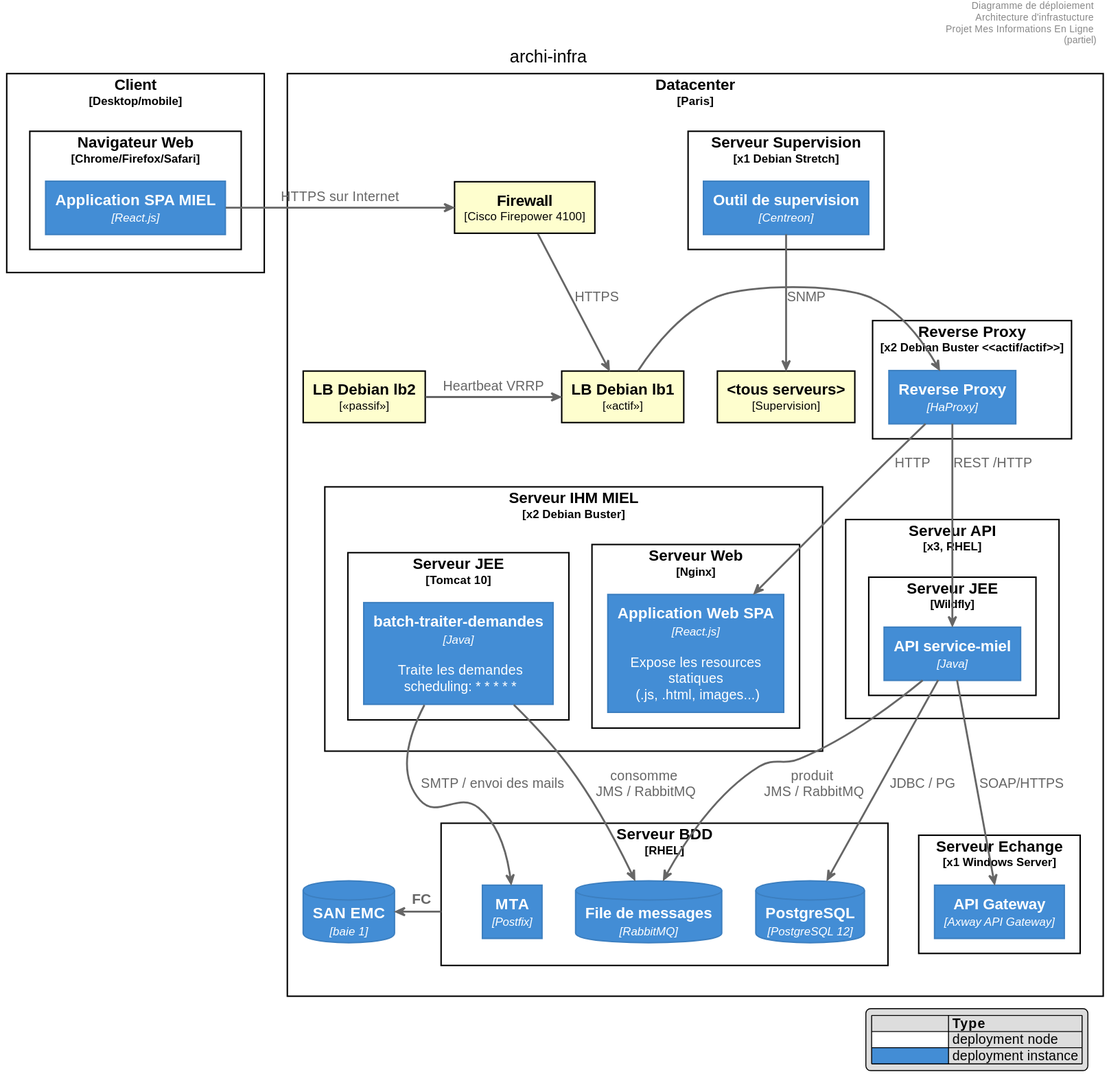
The PlantUML diagram diagrammes/archi-infra.svg in bflorat/modele-da, before a commit.
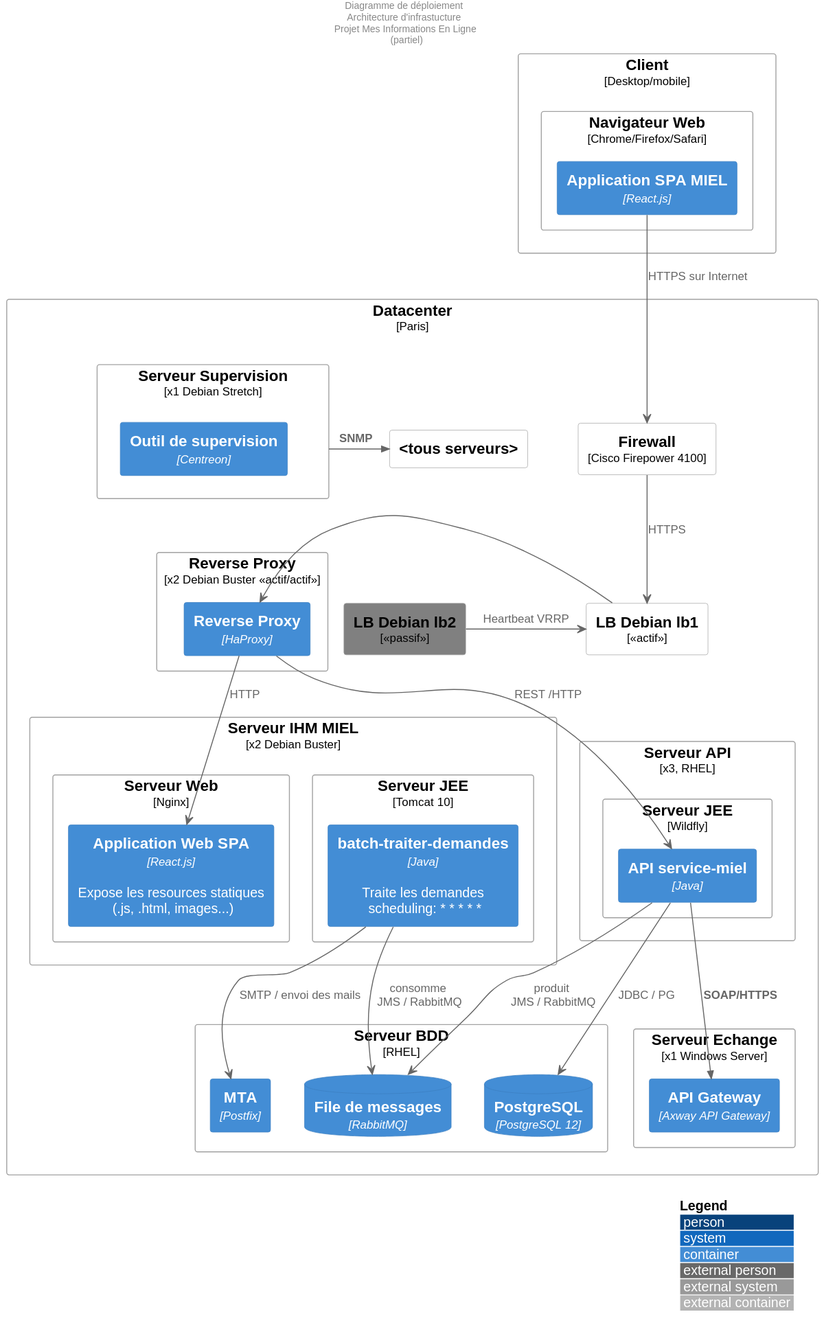
Above is the later version.

Change to the diagram source:
```diff
@@ -1,8 +1,10 @@
 @startuml
-!include C4/C4_Deployment.puml
-title archi-infra
+!include <C4/C4_Deployment>
 header Diagramme de déploiement \nArchitecture d'infrastucture \n Projet Mes Informations En Ligne \n (partiel)
 LAYOUT_WITH_LEGEND()
+
+AddElementTag("passif", $bgColor="grey")
+
 
 Node("client","Client","Desktop/mobile"){
   Node("nav1","Navigateur Web","Chrome/Firefox/Safari"){
@@ -11,9 +13,10 @@
 }
 
 Node("dc","Datacenter","Paris"){
+
     Node("r2","Firewall","Cisco Firepower 4100")
     Node("lb1","LB Debian lb1","<<actif>>")
-    Node("lb2","LB Debian lb2","<<passif>>")
+    Node("lb2","LB Debian lb2","<<passif>>",$tags='passif')
 
     Node("rp1","Reverse Proxy","x2 Debian Buster <<actif/actif>>"){
       Container("ha1","Reverse Proxy","HaProxy")
@@ -40,6 +43,7 @@
       Container("mail1","MTA","Postfix")
     }
 
+    Node("tous_serveurs","<tous serveurs>")
     Node("serveur_sup1", "Serveur Supervision","x1 Debian Stretch") {
       Container("sup1","Outil de supervision","Centreon")
     }
@@ -48,11 +52,9 @@
       Container("gw1","API Gateway","Axway API Gateway")
     }
 
-    ContainerDb("baie1","SAN EMC","baie 1")
-    Node("tous_serveurs","<tous serveurs>","Supervision")
 }
 
-spa -> r2 : HTTPS sur Internet
+spa --> r2 : HTTPS sur Internet
 r2 --> lb1 : HTTPS
 lb2 -> lb1 : Heartbeat VRRP
 lb1 -> ha1
@@ -61,10 +63,7 @@
 batch1 -->  mq1 : consomme\n JMS / RabbitMQ
 api1 -->  pg1 : JDBC / PG
 batch1 -->  mail1 : SMTP / envoi des mails
-api1 -->  gw1 : SOAP/HTTPS
+Rel("api1","gw1","SOAP/HTTPS")
 ha1 --> api1 : REST /HTTP
-sup1 --> tous_serveurs : SNMP
-
-Rel_Left("bdd1","baie1","FC")
-
+Rel_L("serveur_sup1","tous_serveurs","SNMP")
 @enduml
```
